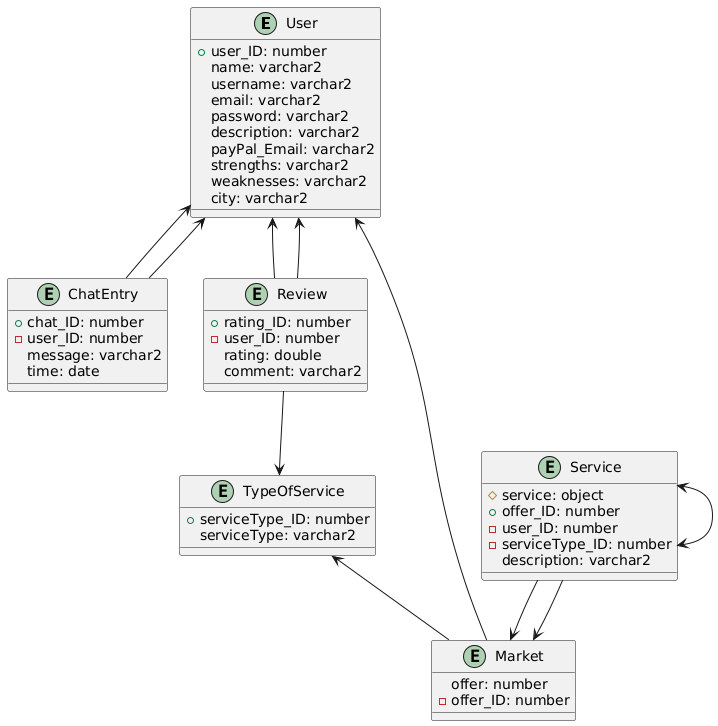
Above: asciidocs/slides/images/erd.png in 2425-4chif-syp/01-projekte-d4d (PlantUML), before the change.
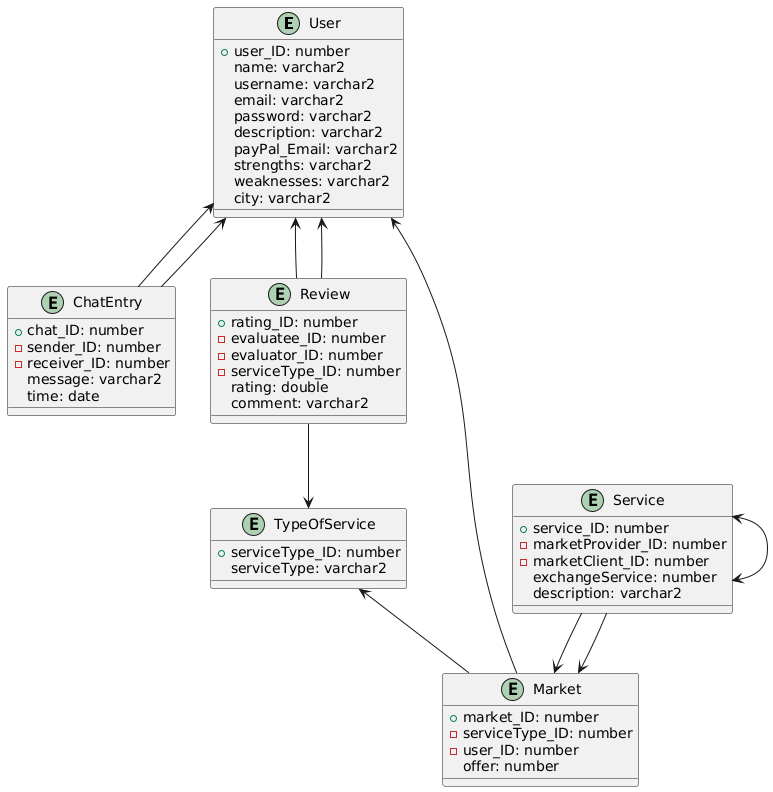
Later version of the same file.

Diff of the diagram source:
```diff
@@ -18,28 +18,33 @@
 }
 
 entity "Service" as Service {
-#service: object
-+offer_ID: number
--user_ID: number
--serviceType_ID: number
++service_ID: number
+-marketProvider_ID: number
+-marketClient_ID: number
+exchangeService: number
 description: varchar2
 }
 
 entity "Market" as Market {
++market_ID: number
+-serviceType_ID: number
+-user_ID: number
 offer: number
--offer_ID: number
 }
 
 entity "ChatEntry" as ChatEntry {
 +chat_ID: number
--user_ID: number
+-sender_ID: number
+-receiver_ID: number
 message: varchar2
 time: date
 }
 
 entity "Review" as Review {
 +rating_ID: number
--user_ID: number
+-evaluatee_ID: number
+-evaluator_ID: number
+-serviceType_ID: number
 rating: double
 comment: varchar2
 }
```
